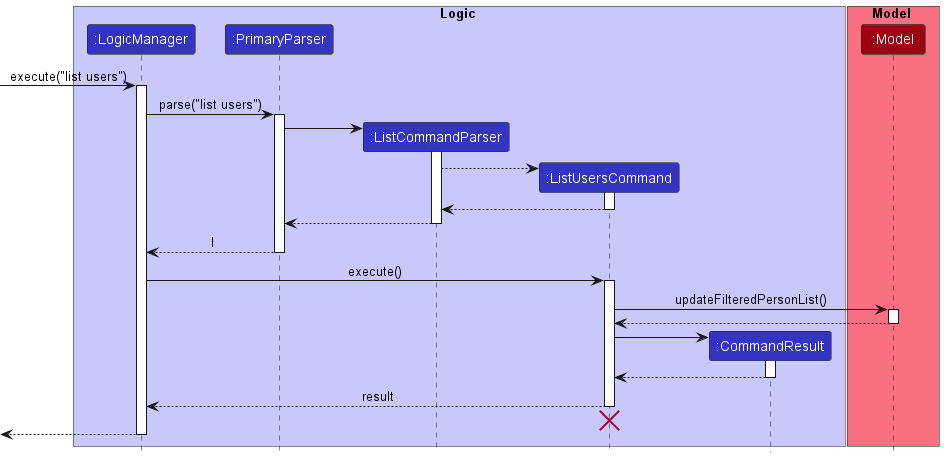
Earlier version of the PlantUML export docs/images/ListSequenceDiagram.png (nus-cs2103-AY2223S1/tp).
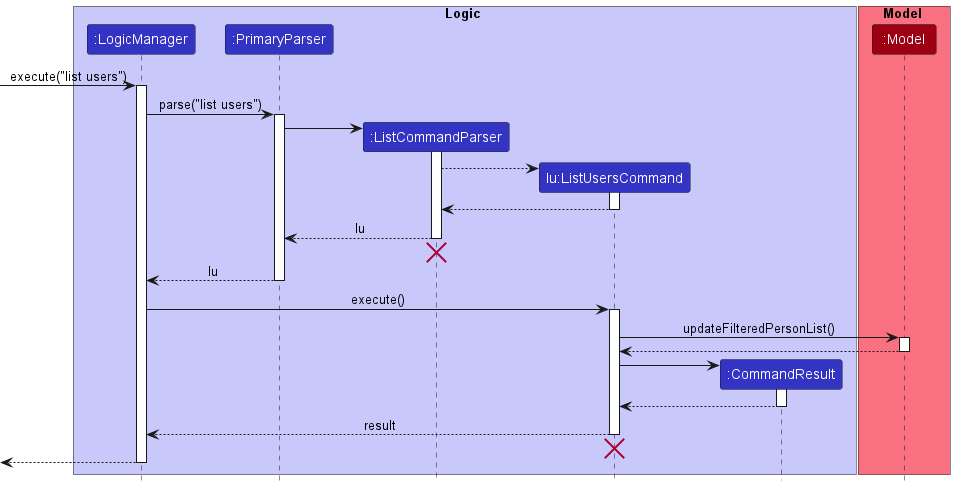
After the change.

Commit message:
Update sequence diagram for List

Change to the diagram source:
```diff
@@ -5,7 +5,7 @@
 participant ":LogicManager" as LogicManager LOGIC_COLOR
 participant ":PrimaryParser" as PrimaryParser LOGIC_COLOR
 participant ":ListCommandParser" as ListCommandParser LOGIC_COLOR
-participant ":ListUsersCommand" as ListUsersCommand LOGIC_COLOR
+participant "lu:ListUsersCommand" as ListUsersCommand LOGIC_COLOR
 participant ":CommandResult" as CommandResult LOGIC_COLOR
 end box
 
@@ -30,10 +30,12 @@
 ListUsersCommand --> ListCommandParser
 deactivate ListUsersCommand
 
-ListCommandParser --> PrimaryParser
+ListCommandParser --> PrimaryParser: lu
 deactivate ListCommandParser
+ListCommandParser -[hidden]-> PrimaryParser
+destroy ListCommandParser
 
-PrimaryParser --> LogicManager : l
+PrimaryParser --> LogicManager : lu
 deactivate PrimaryParser
 
 LogicManager -> ListUsersCommand : execute()
@@ -57,6 +59,7 @@
 ListUsersCommand -[hidden]-> PrimaryParser
 destroy ListUsersCommand
 
+
 [<--LogicManager
 deactivate LogicManager
 @enduml
```
